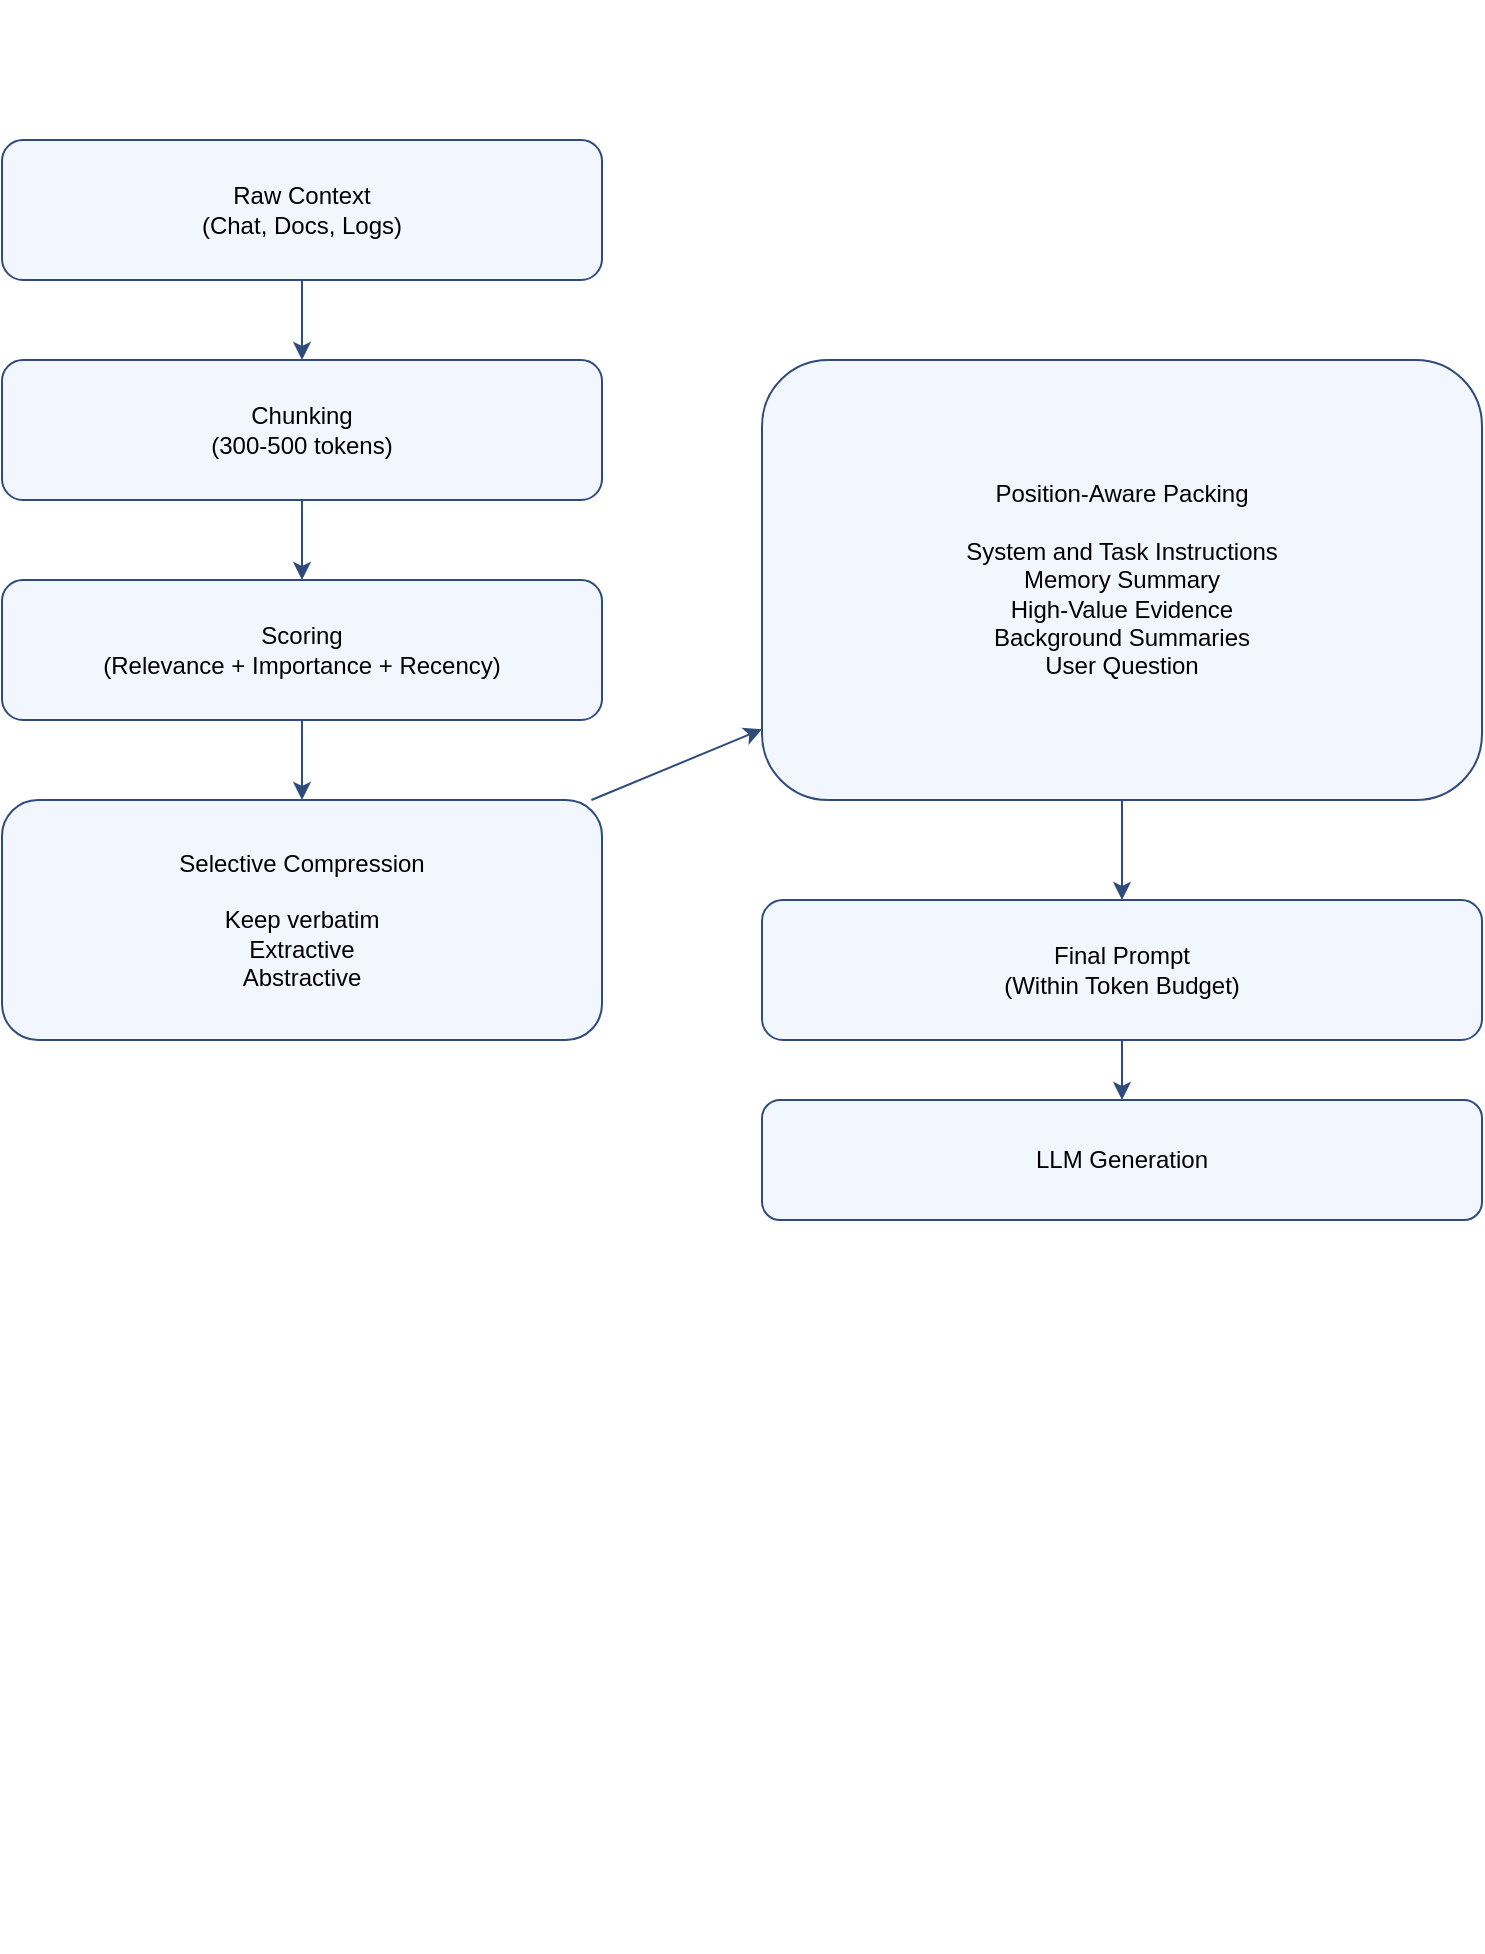
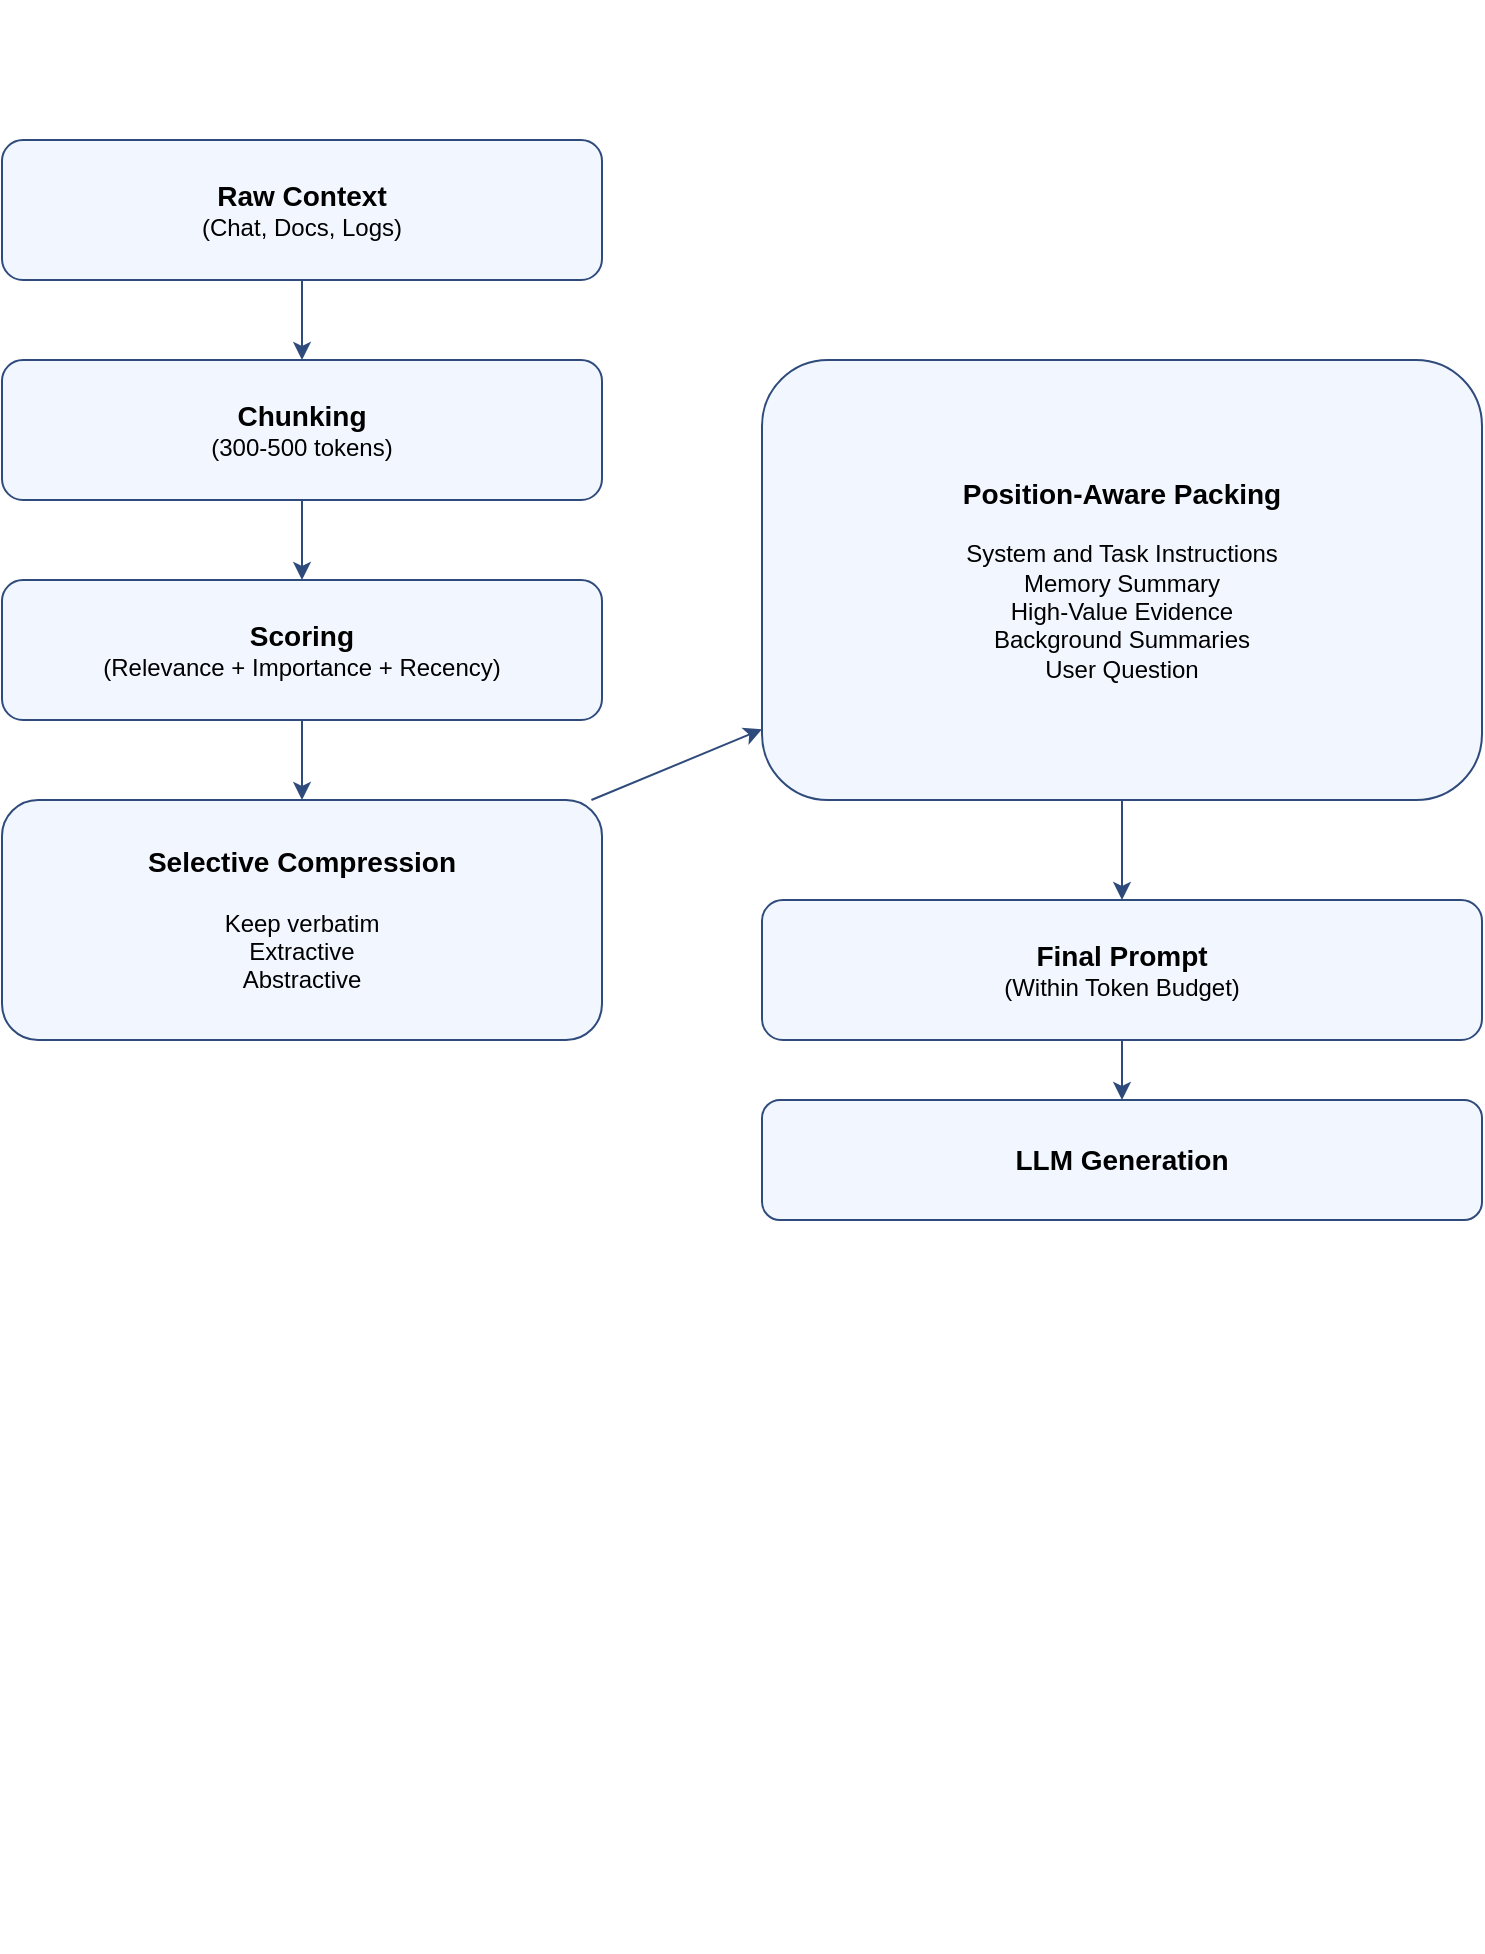
<mxfile host="app.diagrams.net">
  <diagram name="Page-1" id="qn-Ic11hfT6Zc26TQWcl">
-     <mxGraphModel dx="2144" dy="2057" grid="1" gridSize="10" guides="1" tooltips="1" connect="1" arrows="1" fold="1" page="1" pageScale="1" pageWidth="850" pageHeight="1100" math="0" shadow="0">
+     <mxGraphModel dx="2263" dy="2110" grid="1" gridSize="10" guides="1" tooltips="1" connect="1" arrows="1" fold="1" page="1" pageScale="1" pageWidth="850" pageHeight="1100" math="0" shadow="0">
      <root>
        <mxCell id="0" />
        <mxCell id="1" parent="0" />
        <mxCell id="Sw-ISh4-GgTU3u8nT-Lr-1" parent="1" style="text;whiteSpace=wrap;html=1;rotation=-15;" value="&#xa;  &#xa;    &#xa;      &#xa;        &#xa;        &#xa;&#xa;        &#xa;        &#xa;          &#xa;        &#xa;&#xa;        &#xa;          &#xa;        &#xa;&#xa;        &#xa;          &#xa;        &#xa;&#xa;        &#xa;          &#xa;        &#xa;&#xa;        &#xa;        &#xa;          &#xa;        &#xa;&#xa;        &#xa;          &#xa;        &#xa;&#xa;        &#xa;          &#xa;        &#xa;&#xa;        &#xa;        &#xa;          &#xa;        &#xa;&#xa;        &#xa;          &#xa;        &#xa;&#xa;        &#xa;          &#xa;        &#xa;&#xa;        &#xa;          &#xa;        &#xa;&#xa;        &#xa;          &#xa;        &#xa;&#xa;        &#xa;          &#xa;        &#xa;&#xa;      &#xa;    &#xa;  &#xa;" vertex="1">
          <mxGeometry height="740" width="30" x="270" y="20" as="geometry" />
        </mxCell>
        <mxCell id="3hrYoo9nBqdPl1noqFfT-1" parent="1" style="text;whiteSpace=wrap;html=1;" value="&#xa;  &#xa;    &#xa;      &#xa;        &#xa;        &#xa;&#xa;        &#xa;        &#xa;          &#xa;        &#xa;&#xa;        &#xa;          &#xa;        &#xa;&#xa;        &#xa;          &#xa;        &#xa;&#xa;        &#xa;          &#xa;        &#xa;&#xa;        &#xa;        &#xa;          &#xa;        &#xa;&#xa;        &#xa;          &#xa;        &#xa;&#xa;        &#xa;          &#xa;        &#xa;&#xa;        &#xa;        &#xa;          &#xa;        &#xa;&#xa;        &#xa;          &#xa;        &#xa;&#xa;        &#xa;          &#xa;        &#xa;&#xa;        &#xa;          &#xa;        &#xa;&#xa;        &#xa;          &#xa;        &#xa;&#xa;        &#xa;          &#xa;        &#xa;&#xa;      &#xa;    &#xa;  &#xa;" vertex="1">
          <mxGeometry height="960" width="30" x="150" y="-30" as="geometry" />
        </mxCell>
-         <mxCell id="3hrYoo9nBqdPl1noqFfT-2" parent="1" style="rounded=1;whiteSpace=wrap;html=1;fillColor=#F2F6FF;strokeColor=#2F4B7C;" value="Raw Context&#xa;(Chat, Docs, Logs)" vertex="1">
+         <mxCell id="3hrYoo9nBqdPl1noqFfT-2" parent="1" style="rounded=1;whiteSpace=wrap;html=1;fillColor=#F2F6FF;strokeColor=#2F4B7C;" value="&lt;font style=&quot;font-size: 14px;&quot;&gt;&lt;b&gt;Raw Context&lt;/b&gt;&lt;br&gt;&lt;/font&gt;(Chat, Docs, Logs)" vertex="1">
          <mxGeometry height="70" width="300" x="40" y="40" as="geometry" />
        </mxCell>
-         <mxCell id="3hrYoo9nBqdPl1noqFfT-3" parent="1" style="rounded=1;whiteSpace=wrap;html=1;fillColor=#F2F6FF;strokeColor=#2F4B7C;" value="Chunking&#xa;(300-500 tokens)" vertex="1">
+         <mxCell id="3hrYoo9nBqdPl1noqFfT-3" parent="1" style="rounded=1;whiteSpace=wrap;html=1;fillColor=#F2F6FF;strokeColor=#2F4B7C;" value="&lt;b&gt;&lt;font style=&quot;font-size: 14px;&quot;&gt;Chunking&lt;/font&gt;&lt;/b&gt;&lt;br&gt;(300-500 tokens)" vertex="1">
          <mxGeometry height="70" width="300" x="40" y="150" as="geometry" />
        </mxCell>
-         <mxCell id="3hrYoo9nBqdPl1noqFfT-4" parent="1" style="rounded=1;whiteSpace=wrap;html=1;fillColor=#F2F6FF;strokeColor=#2F4B7C;" value="Scoring&#xa;(Relevance + Importance + Recency)" vertex="1">
+         <mxCell id="3hrYoo9nBqdPl1noqFfT-4" parent="1" style="rounded=1;whiteSpace=wrap;html=1;fillColor=#F2F6FF;strokeColor=#2F4B7C;" value="&lt;b&gt;&lt;font style=&quot;font-size: 14px;&quot;&gt;Scoring&lt;br&gt;&lt;/font&gt;&lt;/b&gt;(Relevance + Importance + Recency)" vertex="1">
          <mxGeometry height="70" width="300" x="40" y="260" as="geometry" />
        </mxCell>
-         <mxCell id="3hrYoo9nBqdPl1noqFfT-5" parent="1" style="rounded=1;whiteSpace=wrap;html=1;fillColor=#F2F6FF;strokeColor=#2F4B7C;" value="Selective Compression&#xa;&#xa;Keep verbatim&#xa;Extractive&#xa;Abstractive" vertex="1">
+         <mxCell id="3hrYoo9nBqdPl1noqFfT-5" parent="1" style="rounded=1;whiteSpace=wrap;html=1;fillColor=#F2F6FF;strokeColor=#2F4B7C;" value="&lt;font style=&quot;font-size: 14px;&quot;&gt;&lt;b&gt;Selective Compression&lt;br&gt;&lt;/b&gt;&lt;/font&gt;&lt;br&gt;Keep verbatim&lt;br&gt;Extractive&lt;br&gt;Abstractive" vertex="1">
          <mxGeometry height="120" width="300" x="40" y="370" as="geometry" />
        </mxCell>
-         <mxCell id="3hrYoo9nBqdPl1noqFfT-6" parent="1" style="rounded=1;whiteSpace=wrap;html=1;fillColor=#F2F6FF;strokeColor=#2F4B7C;" value="Position-Aware Packing&#xa;&#xa;System and Task Instructions&#xa;Memory Summary&#xa;High-Value Evidence&#xa;Background Summaries&#xa;User Question" vertex="1">
+         <mxCell id="3hrYoo9nBqdPl1noqFfT-6" parent="1" style="rounded=1;whiteSpace=wrap;html=1;fillColor=#F2F6FF;strokeColor=#2F4B7C;" value="&lt;font style=&quot;font-size: 14px;&quot;&gt;&lt;b&gt;Position-Aware Packing&lt;br&gt;&lt;/b&gt;&lt;/font&gt;&lt;br&gt;System and Task Instructions&lt;br&gt;Memory Summary&lt;br&gt;High-Value Evidence&lt;br&gt;Background Summaries&lt;br&gt;User Question" vertex="1">
          <mxGeometry height="220" width="360" x="420" y="150" as="geometry" />
        </mxCell>
-         <mxCell id="3hrYoo9nBqdPl1noqFfT-7" parent="1" style="rounded=1;whiteSpace=wrap;html=1;fillColor=#F2F6FF;strokeColor=#2F4B7C;" value="Final Prompt&#xa;(Within Token Budget)" vertex="1">
+         <mxCell id="3hrYoo9nBqdPl1noqFfT-7" parent="1" style="rounded=1;whiteSpace=wrap;html=1;fillColor=#F2F6FF;strokeColor=#2F4B7C;" value="&lt;b&gt;&lt;font style=&quot;font-size: 14px;&quot;&gt;Final Prompt&lt;br&gt;&lt;/font&gt;&lt;/b&gt;(Within Token Budget)" vertex="1">
          <mxGeometry height="70" width="360" x="420" y="420" as="geometry" />
        </mxCell>
-         <mxCell id="3hrYoo9nBqdPl1noqFfT-8" parent="1" style="rounded=1;whiteSpace=wrap;html=1;fillColor=#F2F6FF;strokeColor=#2F4B7C;" value="LLM Generation" vertex="1">
+         <mxCell id="3hrYoo9nBqdPl1noqFfT-8" parent="1" style="rounded=1;whiteSpace=wrap;html=1;fillColor=#F2F6FF;strokeColor=#2F4B7C;" value="&lt;font style=&quot;font-size: 14px;&quot;&gt;&lt;b&gt;LLM Generation&lt;/b&gt;&lt;/font&gt;" vertex="1">
          <mxGeometry height="60" width="360" x="420" y="520" as="geometry" />
        </mxCell>
        <mxCell id="3hrYoo9nBqdPl1noqFfT-9" edge="1" parent="1" source="3hrYoo9nBqdPl1noqFfT-2" style="endArrow=classic;strokeColor=#2F4B7C;" target="3hrYoo9nBqdPl1noqFfT-3">
          <mxGeometry relative="1" as="geometry" />
        </mxCell>
        <mxCell id="3hrYoo9nBqdPl1noqFfT-10" edge="1" parent="1" source="3hrYoo9nBqdPl1noqFfT-3" style="endArrow=classic;strokeColor=#2F4B7C;" target="3hrYoo9nBqdPl1noqFfT-4">
          <mxGeometry relative="1" as="geometry" />
        </mxCell>
        <mxCell id="3hrYoo9nBqdPl1noqFfT-11" edge="1" parent="1" source="3hrYoo9nBqdPl1noqFfT-4" style="endArrow=classic;strokeColor=#2F4B7C;" target="3hrYoo9nBqdPl1noqFfT-5">
          <mxGeometry relative="1" as="geometry" />
        </mxCell>
        <mxCell id="3hrYoo9nBqdPl1noqFfT-12" edge="1" parent="1" source="3hrYoo9nBqdPl1noqFfT-5" style="endArrow=classic;strokeColor=#2F4B7C;" target="3hrYoo9nBqdPl1noqFfT-6">
          <mxGeometry relative="1" as="geometry" />
        </mxCell>
        <mxCell id="3hrYoo9nBqdPl1noqFfT-13" edge="1" parent="1" source="3hrYoo9nBqdPl1noqFfT-6" style="endArrow=classic;strokeColor=#2F4B7C;" target="3hrYoo9nBqdPl1noqFfT-7">
          <mxGeometry relative="1" as="geometry" />
        </mxCell>
        <mxCell id="3hrYoo9nBqdPl1noqFfT-14" edge="1" parent="1" source="3hrYoo9nBqdPl1noqFfT-7" style="endArrow=classic;strokeColor=#2F4B7C;" target="3hrYoo9nBqdPl1noqFfT-8">
          <mxGeometry relative="1" as="geometry" />
        </mxCell>
      </root>
    </mxGraphModel>
  </diagram>
</mxfile>
